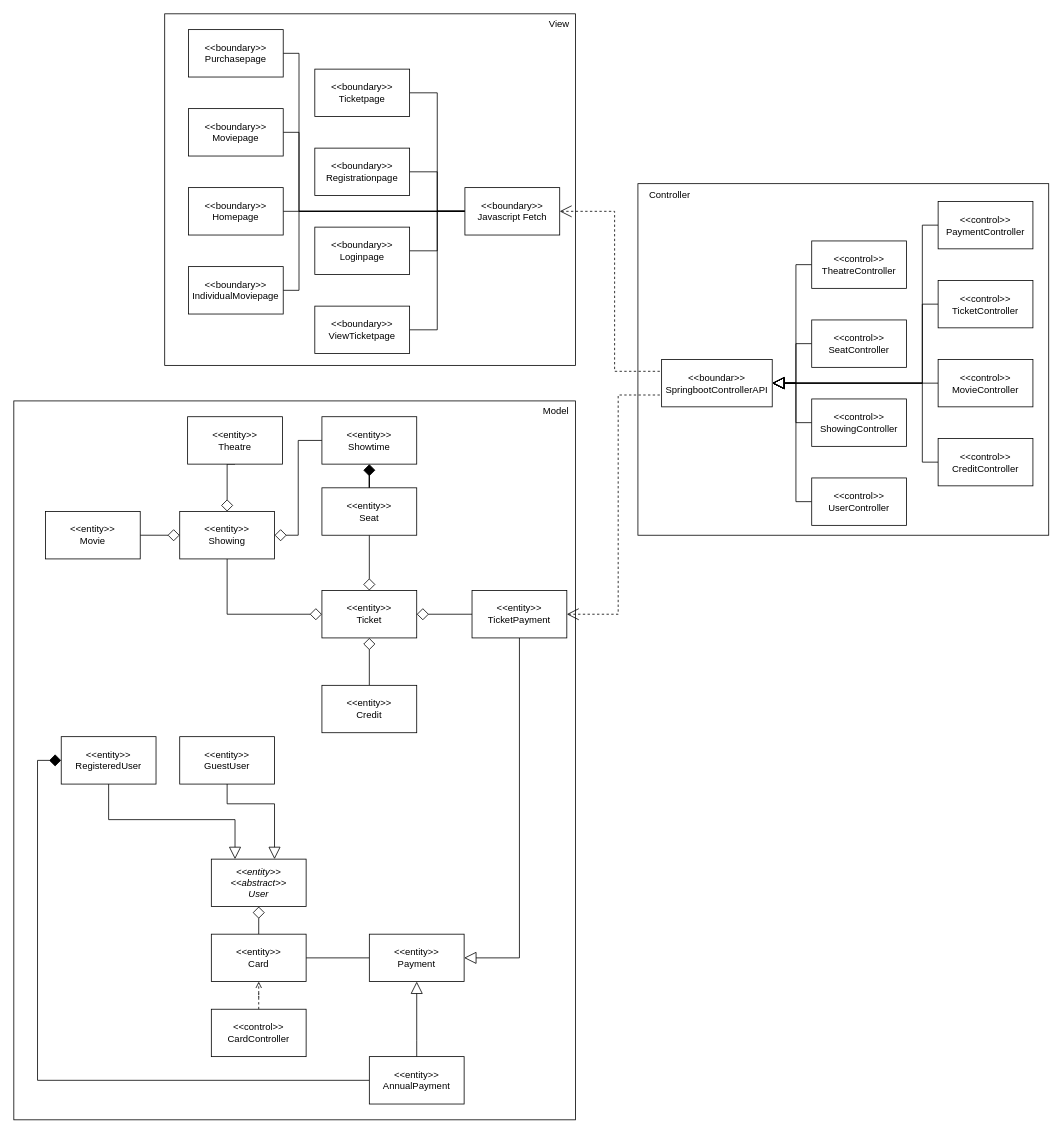
This is doc/drawio/MostRecent/ClassDiagramWithRelationship.drawio from ticket-kings/movie-theatre-system-backend, a draw.io file, before an edit. Source tidied: cells renumbered, new cells numbered last; positions are measured from the earlier drawing's top-left corner, leaving out a move shared by most shapes. Both pictures are drawn from the tidied source at 79%, with x=0, y=0 at pixel (13, 13).
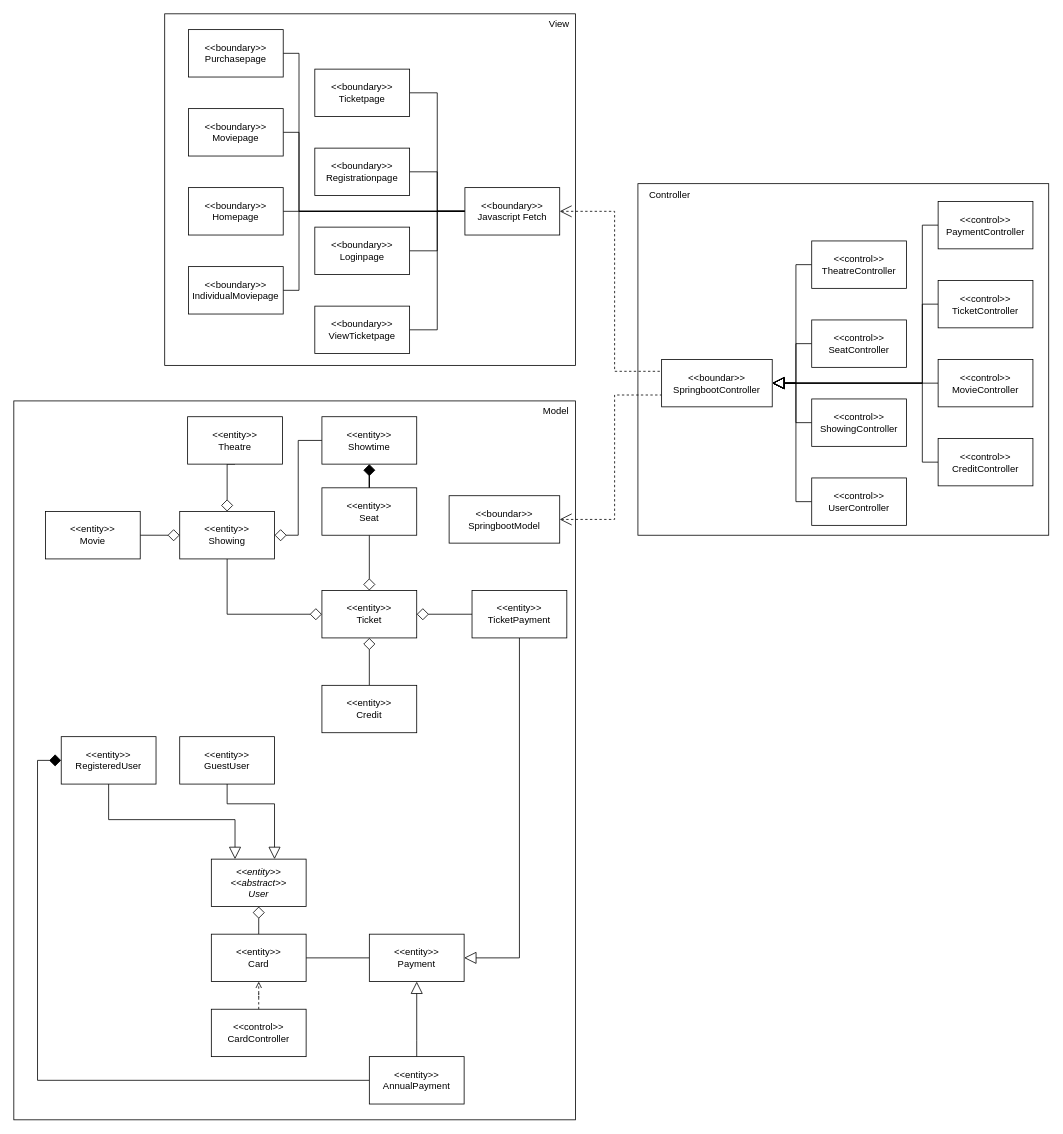
The same page after the edit.

Commit message (it also covers changes not shown here):
Class diagram updated

Unchanged cells that the change refers to:
```xml
<mxCell id="28" value="&amp;lt;&amp;lt;entity&amp;gt;&amp;gt;&lt;br&gt;TicketPayment" style="rounded=0;whiteSpace=wrap;html=1;shadow=0;" parent="1" vertex="1">
  <mxGeometry x="580" y="730" width="120" height="60" as="geometry" />
</mxCell>
```

Change to the diagram source:
```diff
@@
-    <mxCell id="27" style="edgeStyle=orthogonalEdgeStyle;rounded=0;jettySize=auto;html=1;entryX=0;entryY=0.75;entryDx=0;entryDy=0;startArrow=open;startFill=0;endArrow=none;endFill=0;startSize=13;endSize=13;dashed=1;" parent="1" edge="1" source="28" target="71">
+    <mxCell id="27" style="edgeStyle=orthogonalEdgeStyle;rounded=0;jettySize=auto;html=1;entryX=0;entryY=0.75;entryDx=0;entryDy=0;startArrow=open;startFill=0;endArrow=none;endFill=0;startSize=13;endSize=13;dashed=1;exitX=1;exitY=0.5;exitDx=0;exitDy=0;" parent="1" edge="1" source="75" target="71">
       <mxGeometry relative="1" as="geometry" />
     </mxCell>
@@
-    <mxCell id="71" value="&amp;lt;&amp;lt;boundar&amp;gt;&amp;gt;&lt;br&gt;SpringbootControllerAPI" style="rounded=0;whiteSpace=wrap;html=1;shadow=0;" parent="1" vertex="1">
+    <mxCell id="71" value="&amp;lt;&amp;lt;boundar&amp;gt;&amp;gt;&lt;br&gt;SpringbootController" style="rounded=0;whiteSpace=wrap;html=1;shadow=0;" parent="1" vertex="1">
       <mxGeometry x="820" y="437.5" width="140" height="60" as="geometry" />
     </mxCell>
@@
+    <mxCell id="75" value="&amp;lt;&amp;lt;boundar&amp;gt;&amp;gt;&lt;br&gt;SpringbootModel" style="rounded=0;whiteSpace=wrap;html=1;shadow=0;" parent="1" vertex="1">
+      <mxGeometry x="551" y="610" width="140" height="60" as="geometry" />
+    </mxCell>
```
